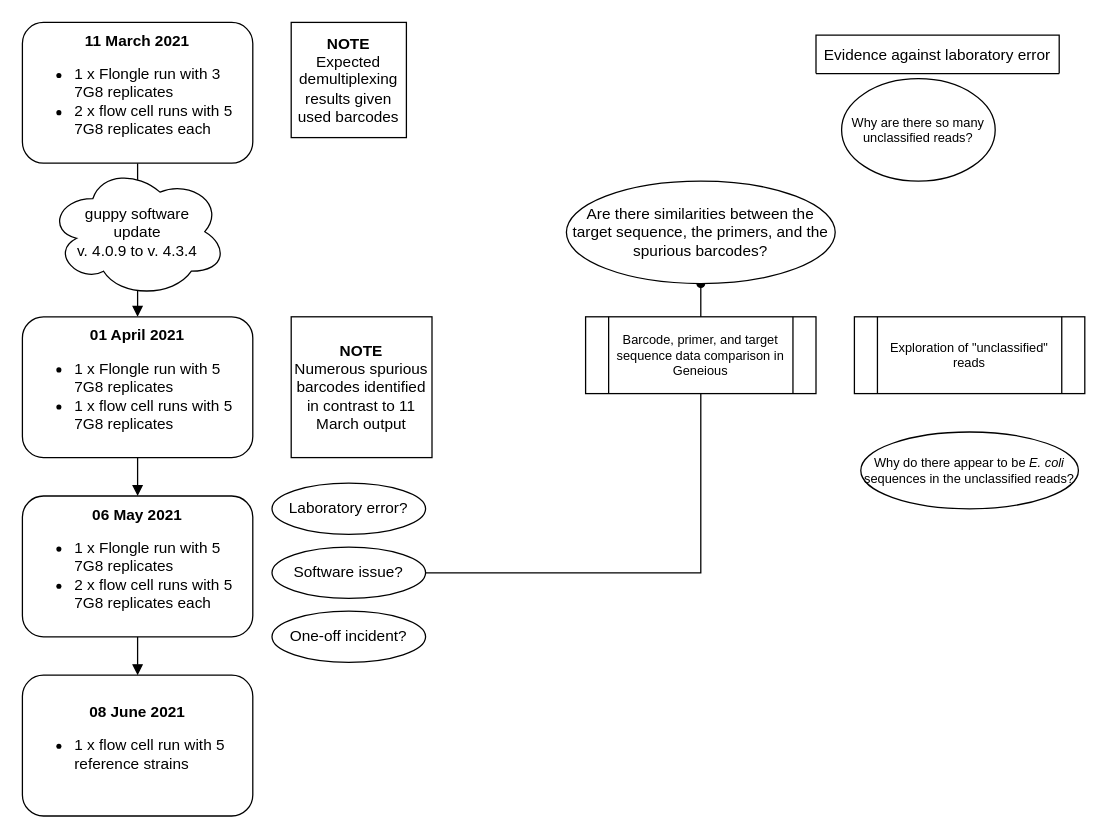
sjsabin/minion_hrp2_project keeps this draw.io diagram as 4-reporting/project_decision_tree.drawio. Above is the earlier version. Source tidied: cells renumbered, new cells numbered last; positions are measured from the earlier drawing's top-left corner, leaving out a move shared by most shapes. Both pictures are drawn from the tidied source at 128%, with x=0, y=0 at pixel (22, 22).
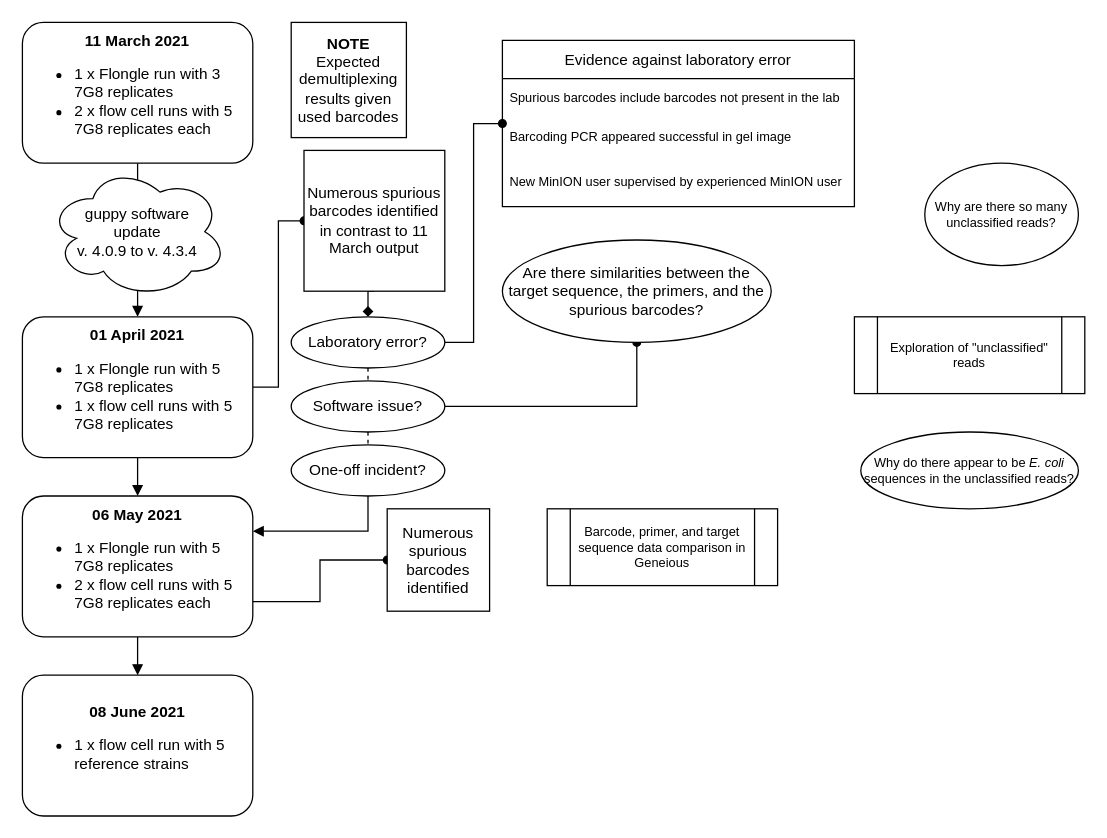
The same page after the edit.

The change refers to these unchanged cells:
```xml
<mxCell id="6" value="&lt;div&gt;&lt;b&gt;01 April 2021&lt;/b&gt;&lt;/div&gt;&lt;div align=&quot;left&quot;&gt;&lt;ul&gt;&lt;li&gt;1 x Flongle run with 5 7G8 replicates&lt;/li&gt;&lt;li&gt;1 x flow cell runs with 5 7G8 replicates&lt;br&gt;&lt;/li&gt;&lt;/ul&gt;&lt;/div&gt;" style="rounded=1;whiteSpace=wrap;html=1;" parent="1" vertex="1">
  <mxGeometry y="230" width="180" height="110" as="geometry" />
</mxCell>
<mxCell id="19" value="&lt;div&gt;&lt;b&gt;06 May 2021&lt;/b&gt;&lt;/div&gt;&lt;div align=&quot;left&quot;&gt;&lt;ul&gt;&lt;li&gt;1 x Flongle run with 5 7G8 replicates&lt;/li&gt;&lt;li&gt;2 x flow cell runs with 5 7G8 replicates each&lt;br&gt;&lt;/li&gt;&lt;/ul&gt;&lt;/div&gt;" style="rounded=1;whiteSpace=wrap;html=1;" parent="1" vertex="1">
  <mxGeometry y="370" width="180" height="110" as="geometry" />
</mxCell>
```

What changed in the source:
```diff
@@
+    <mxCell id="22" style="edgeStyle=orthogonalEdgeStyle;rounded=0;jettySize=auto;html=1;exitX=1;exitY=0.5;exitDx=0;exitDy=0;entryX=0;entryY=0.5;entryDx=0;entryDy=0;fontSize=10;endArrow=oval;endFill=1;" parent="1" edge="1" source="6" target="7">
+      <mxGeometry relative="1" as="geometry" />
+    </mxCell>
@@
+    <mxCell id="23" style="edgeStyle=orthogonalEdgeStyle;rounded=0;jettySize=auto;html=1;exitX=0.5;exitY=1;exitDx=0;exitDy=0;entryX=0.5;entryY=0;entryDx=0;entryDy=0;fontSize=10;endArrow=diamond;endFill=1;" parent="1" edge="1" source="7" target="8">
+      <mxGeometry relative="1" as="geometry" />
+    </mxCell>
-    <mxCell id="7" value="&lt;div&gt;&lt;b&gt;NOTE&lt;/b&gt;&lt;/div&gt;&lt;div&gt;Numerous spurious barcodes identified in contrast to 11 March output&lt;br&gt;&lt;/div&gt;" style="whiteSpace=wrap;html=1;" parent="1" vertex="1">
-      <mxGeometry x="210" y="230" width="110" height="110" as="geometry" />
+    <mxCell id="7" value="Numerous spurious barcodes identified in contrast to 11 March output" style="whiteSpace=wrap;html=1;" parent="1" vertex="1">
+      <mxGeometry x="220" y="100" width="110" height="110" as="geometry" />
     </mxCell>
+    <mxCell id="24" style="edgeStyle=orthogonalEdgeStyle;rounded=0;jettySize=auto;html=1;exitX=1;exitY=0.5;exitDx=0;exitDy=0;entryX=0;entryY=0.5;entryDx=0;entryDy=0;fontSize=10;endArrow=oval;endFill=1;" parent="1" edge="1" source="8" target="12">
+      <mxGeometry relative="1" as="geometry" />
+    </mxCell>
+    <mxCell id="25" style="edgeStyle=orthogonalEdgeStyle;rounded=0;jettySize=auto;html=1;exitX=0.5;exitY=1;exitDx=0;exitDy=0;entryX=0.5;entryY=0;entryDx=0;entryDy=0;fontSize=10;endArrow=none;endFill=0;dashed=1;" parent="1" edge="1" source="8" target="10">
+      <mxGeometry relative="1" as="geometry" />
+    </mxCell>
     <mxCell id="8" value="Laboratory error?" style="ellipse;whiteSpace=wrap;html=1;rounded=1;" parent="1" vertex="1">
-      <mxGeometry x="195" y="360" width="120" height="40" as="geometry" />
+      <mxGeometry x="210" y="230" width="120" height="40" as="geometry" />
     </mxCell>
@@
+    <mxCell id="26" style="edgeStyle=orthogonalEdgeStyle;rounded=0;jettySize=auto;html=1;exitX=0.5;exitY=1;exitDx=0;exitDy=0;entryX=0.5;entryY=0;entryDx=0;entryDy=0;dashed=1;fontSize=10;endArrow=none;endFill=0;" parent="1" edge="1" source="10" target="21">
+      <mxGeometry relative="1" as="geometry" />
+    </mxCell>
     <mxCell id="10" value="Software issue?" style="ellipse;whiteSpace=wrap;html=1;rounded=1;" parent="1" vertex="1">
-      <mxGeometry x="195" y="410" width="120" height="40" as="geometry" />
+      <mxGeometry x="210" y="280" width="120" height="40" as="geometry" />
     </mxCell>
@@
-    <mxCell id="12" value="Evidence against laboratory error" style="swimlane;fontStyle=0;horizontal=1;startSize=30;" parent="1" vertex="1" collapsed="1">
-      <mxGeometry x="620" y="10" width="190" height="30" as="geometry" />
+    <mxCell id="12" value="Evidence against laboratory error" style="swimlane;fontStyle=0;horizontal=1;startSize=30;" parent="1" vertex="1">
+      <mxGeometry x="375" y="14" width="275" height="130" as="geometry" />
     </mxCell>
+    <mxCell id="27" value="Spurious barcodes include barcodes not present in the lab" style="text;strokeColor=none;fillColor=none;align=left;verticalAlign=middle;spacingLeft=4;spacingRight=4;overflow=hidden;fontSize=10;" parent="12" vertex="1">
+      <mxGeometry y="30" width="275" height="30" as="geometry" />
+    </mxCell>
+    <mxCell id="28" value="Barcoding PCR appeared successful in gel image" style="text;strokeColor=none;fillColor=none;align=left;verticalAlign=middle;spacingLeft=4;spacingRight=4;overflow=hidden;fontSize=10;" parent="12" vertex="1">
+      <mxGeometry y="60" width="275" height="30" as="geometry" />
+    </mxCell>
+    <mxCell id="29" value="New MinION user supervised by experienced MinION user" style="text;strokeColor=none;fillColor=none;align=left;verticalAlign=middle;spacingLeft=4;spacingRight=4;overflow=hidden;fontSize=10;" parent="12" vertex="1">
+      <mxGeometry y="90" width="275" height="40" as="geometry" />
+    </mxCell>
     <mxCell id="13" value="Are there similarities between the target sequence, the primers, and the spurious barcodes?" style="ellipse;whiteSpace=wrap;html=1;rounded=1;" parent="1" vertex="1">
-      <mxGeometry x="425" y="124" width="210" height="80" as="geometry" />
+      <mxGeometry x="375" y="170" width="210" height="80" as="geometry" />
     </mxCell>
     <mxCell id="14" value="Barcode, primer, and target sequence data comparison in Geneious" style="shape=process;whiteSpace=wrap;html=1;backgroundOutline=1;fontSize=10;" parent="1" vertex="1">
-      <mxGeometry x="440" y="230" width="180" height="60" as="geometry" />
+      <mxGeometry x="410" y="380" width="180" height="60" as="geometry" />
     </mxCell>
@@
     <mxCell id="16" value="Why are there so many unclassified reads?" style="ellipse;whiteSpace=wrap;html=1;fontSize=10;" parent="1" vertex="1">
-      <mxGeometry x="640" y="44" width="120" height="80" as="geometry" />
+      <mxGeometry x="705" y="110" width="120" height="80" as="geometry" />
     </mxCell>
@@
+    <mxCell id="30" style="edgeStyle=orthogonalEdgeStyle;rounded=0;jettySize=auto;html=1;exitX=1;exitY=0.75;exitDx=0;exitDy=0;entryX=0;entryY=0.5;entryDx=0;entryDy=0;fontSize=10;endArrow=oval;endFill=1;" parent="1" edge="1" source="19" target="32">
+      <mxGeometry relative="1" as="geometry" />
+    </mxCell>
@@
+    <mxCell id="31" style="edgeStyle=orthogonalEdgeStyle;rounded=0;jettySize=auto;html=1;exitX=0.5;exitY=1;exitDx=0;exitDy=0;entryX=1;entryY=0.25;entryDx=0;entryDy=0;fontSize=10;endArrow=block;endFill=1;" parent="1" edge="1" source="21" target="19">
+      <mxGeometry relative="1" as="geometry" />
+    </mxCell>
     <mxCell id="21" value="One-off incident?" style="ellipse;whiteSpace=wrap;html=1;rounded=1;" parent="1" vertex="1">
-      <mxGeometry x="195" y="460" width="120" height="40" as="geometry" />
+      <mxGeometry x="210" y="330" width="120" height="40" as="geometry" />
     </mxCell>
+    <mxCell id="32" value="&lt;div&gt;Numerous spurious barcodes identified &lt;br&gt;&lt;/div&gt;" style="whiteSpace=wrap;html=1;" parent="1" vertex="1">
+      <mxGeometry x="285" y="380" width="80" height="80" as="geometry" />
+    </mxCell>
```
